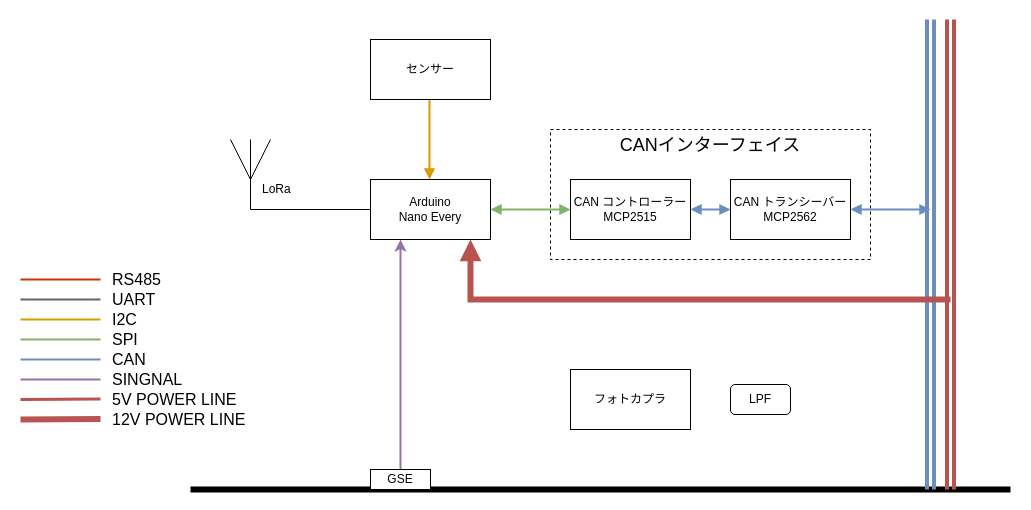
Before: Documents/Reports/Drawio/ColorPalette_BlockDiagram.drawio in tokai-student-rocket-project/H-58-Avionics, a draw.io diagram. Source tidied: cells renumbered, new cells numbered last; positions are measured from the earlier drawing's top-left corner, leaving out a move shared by most shapes. Both pictures are drawn from the tidied source at 100%, with x=0, y=0 at pixel (20, 19).
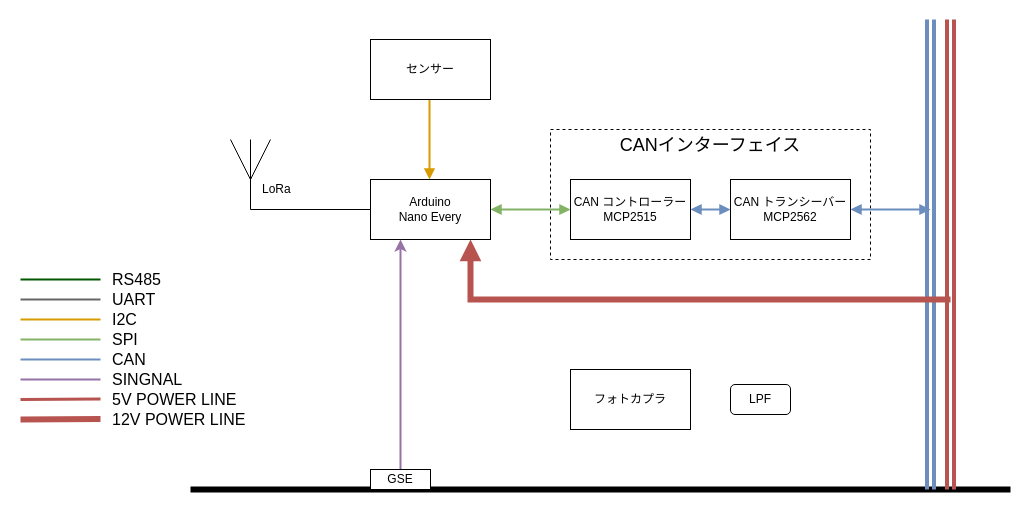
Above is the later version.

Commit message:
✨色が被っていたのでRS485の色を変更

The edit, as a diff of the source:
```diff
@@
-    <mxCell id="39" style="endArrow=none;html=1;rounded=0;strokeWidth=2;fillColor=#fa6800;strokeColor=#C73500;" parent="1" edge="1">
+    <mxCell id="39" style="endArrow=none;html=1;rounded=0;strokeWidth=2;fillColor=#008a00;strokeColor=#005700;" parent="1" edge="1">
       <mxGeometry relative="1" as="geometry">
         <mxPoint y="260" as="sourcePoint" />
         <mxPoint x="80" y="260" as="targetPoint" />
       </mxGeometry>
     </mxCell>
```
